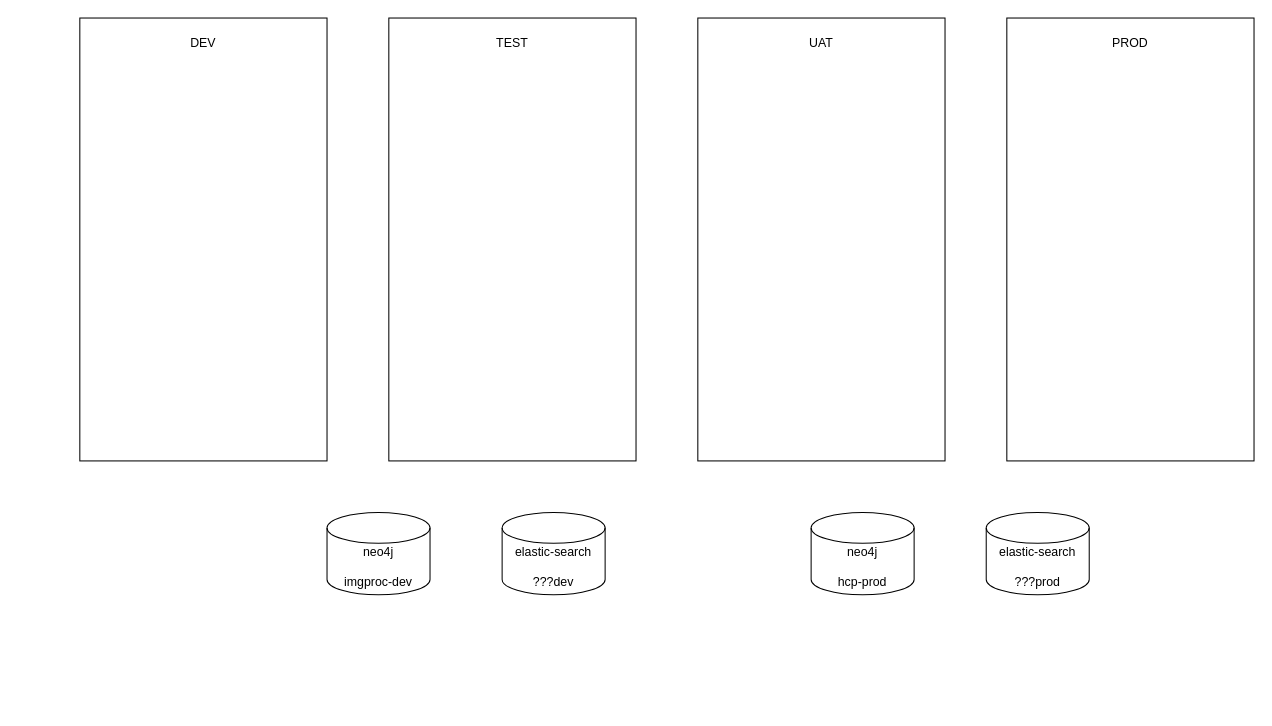
XiaoLiuAI/diagrams keeps this draw.io diagram as 对码/对码部署环境文档.drawio. Above is the earlier version. Source tidied: cells renumbered, new cells numbered last; positions are measured from the earlier drawing's top-left corner, leaving out a move shared by most shapes. Both pictures are drawn from the tidied source at 103%, with x=0, y=0 at pixel (79, 18).
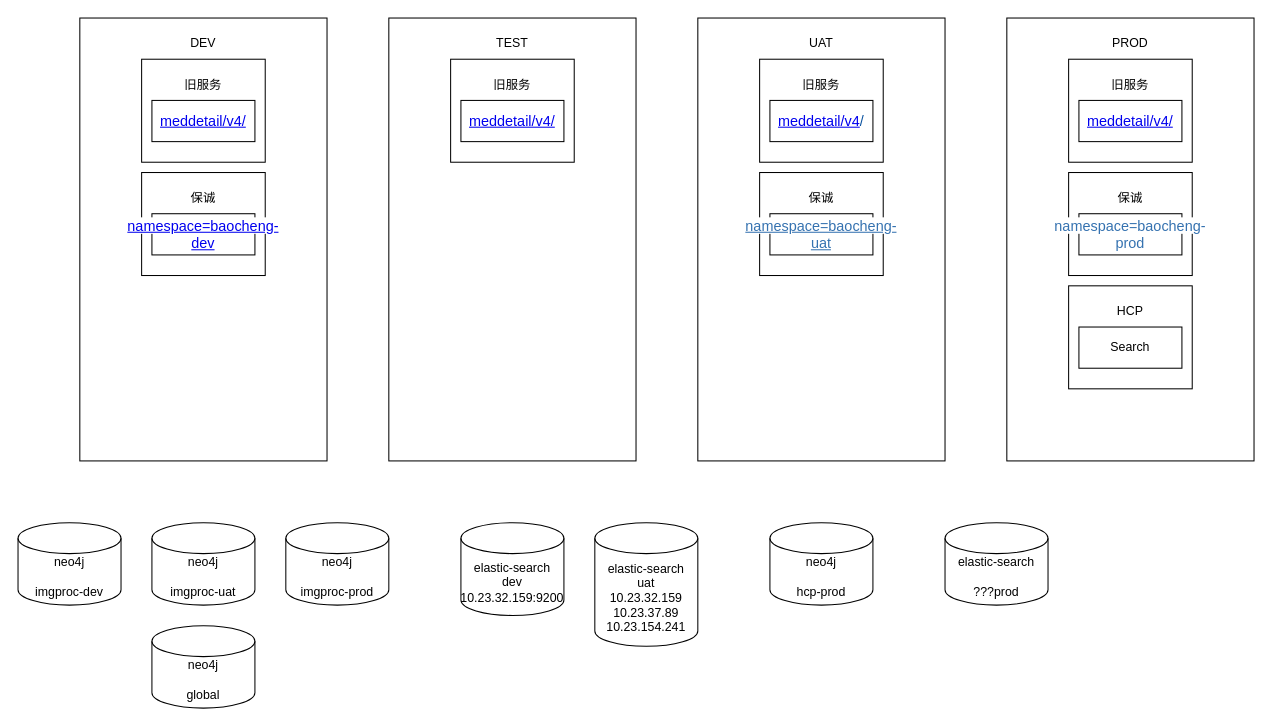
The same page after the edit.

Commit message (it also covers changes not shown here):
更新对码部署环境文档.drawio

Change to the diagram source:
```diff
@@
     <mxCell id="2" value="neo4j&lt;br&gt;&lt;br&gt;imgproc-dev" style="shape=cylinder3;whiteSpace=wrap;html=1;boundedLbl=1;backgroundOutline=1;size=15;" parent="1" vertex="1">
-      <mxGeometry x="240" y="480" width="100" height="80" as="geometry" />
+      <mxGeometry x="-60" y="490" width="100" height="80" as="geometry" />
     </mxCell>
     <mxCell id="3" value="neo4j&lt;br&gt;&lt;br&gt;hcp-prod" style="shape=cylinder3;whiteSpace=wrap;html=1;boundedLbl=1;backgroundOutline=1;size=15;" parent="1" vertex="1">
-      <mxGeometry x="710" y="480" width="100" height="80" as="geometry" />
+      <mxGeometry x="670" y="490" width="100" height="80" as="geometry" />
     </mxCell>
-    <mxCell id="4" value="elastic-search&lt;br&gt;&lt;br&gt;???dev" style="shape=cylinder3;whiteSpace=wrap;html=1;boundedLbl=1;backgroundOutline=1;size=15;" parent="1" vertex="1">
-      <mxGeometry x="410" y="480" width="100" height="80" as="geometry" />
+    <mxCell id="4" value="elastic-search&lt;br&gt;dev&lt;br&gt;10.23.32.159:9200" style="shape=cylinder3;whiteSpace=wrap;html=1;boundedLbl=1;backgroundOutline=1;size=15;" parent="1" vertex="1">
+      <mxGeometry x="370" y="490" width="100" height="90" as="geometry" />
     </mxCell>
     <mxCell id="5" value="elastic-search&lt;br&gt;&lt;br&gt;???prod" style="shape=cylinder3;whiteSpace=wrap;html=1;boundedLbl=1;backgroundOutline=1;size=15;" parent="1" vertex="1">
-      <mxGeometry x="880" y="480" width="100" height="80" as="geometry" />
+      <mxGeometry x="840" y="490" width="100" height="80" as="geometry" />
     </mxCell>
@@
+    <mxCell id="14" style="rounded=0;whiteSpace=wrap;html=1;" parent="1" vertex="1">
+      <mxGeometry x="960" y="260" width="120" height="100" as="geometry" />
+    </mxCell>
+    <mxCell id="15" value="HCP" style="text;html=1;strokeColor=none;fillColor=none;align=center;verticalAlign=middle;whiteSpace=wrap;rounded=0;" parent="1" vertex="1">
+      <mxGeometry x="990" y="270" width="60" height="30" as="geometry" />
+    </mxCell>
+    <mxCell id="16" value="Search" style="rounded=0;whiteSpace=wrap;html=1;" parent="1" vertex="1">
+      <mxGeometry x="970" y="300" width="100" height="40" as="geometry" />
+    </mxCell>
+    <mxCell id="17" value="neo4j&lt;br&gt;&lt;br&gt;imgproc-uat" style="shape=cylinder3;whiteSpace=wrap;html=1;boundedLbl=1;backgroundOutline=1;size=15;" parent="1" vertex="1">
+      <mxGeometry x="70" y="490" width="100" height="80" as="geometry" />
+    </mxCell>
+    <mxCell id="18" value="neo4j&lt;br&gt;&lt;br&gt;imgproc-prod" style="shape=cylinder3;whiteSpace=wrap;html=1;boundedLbl=1;backgroundOutline=1;size=15;" parent="1" vertex="1">
+      <mxGeometry x="200" y="490" width="100" height="80" as="geometry" />
+    </mxCell>
+    <mxCell id="19" value="neo4j&lt;br&gt;&lt;br&gt;global" style="shape=cylinder3;whiteSpace=wrap;html=1;boundedLbl=1;backgroundOutline=1;size=15;" parent="1" vertex="1">
+      <mxGeometry x="70" y="590" width="100" height="80" as="geometry" />
+    </mxCell>
+    <mxCell id="20" value="elastic-search&lt;br&gt;uat&lt;br&gt;10.23.32.159&lt;br&gt;10.23.37.89&lt;br&gt;10.23.154.241" style="shape=cylinder3;whiteSpace=wrap;html=1;boundedLbl=1;backgroundOutline=1;size=15;" parent="1" vertex="1">
+      <mxGeometry x="500" y="490" width="100" height="120" as="geometry" />
+    </mxCell>
+    <mxCell id="21" style="rounded=0;whiteSpace=wrap;html=1;" parent="1" vertex="1">
+      <mxGeometry x="60" y="40" width="120" height="100" as="geometry" />
+    </mxCell>
+    <mxCell id="22" value="旧服务" style="text;html=1;strokeColor=none;fillColor=none;align=center;verticalAlign=middle;whiteSpace=wrap;rounded=0;" parent="1" vertex="1">
+      <mxGeometry x="90" y="50" width="60" height="30" as="geometry" />
+    </mxCell>
+    <mxCell id="23" value="&lt;span style=&quot;text-align: left; color: rgb(10, 82, 159); text-decoration-line: none; font-family: Arial, sans-serif; font-size: 14px; background-color: rgb(255, 255, 255);&quot; class=&quot;s2&quot;&gt;&lt;a href=&quot;https://el-dev.leapstack.cn/meddetail/v4/docs&quot;&gt;meddetail/v4/&lt;/a&gt;&lt;/span&gt;" style="rounded=0;whiteSpace=wrap;html=1;" parent="1" vertex="1">
+      <mxGeometry x="70" y="80" width="100" height="40" as="geometry" />
+    </mxCell>
+    <mxCell id="24" style="rounded=0;whiteSpace=wrap;html=1;" parent="1" vertex="1">
+      <mxGeometry x="360" y="40" width="120" height="100" as="geometry" />
+    </mxCell>
+    <mxCell id="25" value="旧服务" style="text;html=1;strokeColor=none;fillColor=none;align=center;verticalAlign=middle;whiteSpace=wrap;rounded=0;" parent="1" vertex="1">
+      <mxGeometry x="390" y="50" width="60" height="30" as="geometry" />
+    </mxCell>
+    <mxCell id="26" value="&lt;span class=&quot;s2&quot; style=&quot;text-align: left; color: rgb(10, 82, 159); text-decoration-line: none; font-family: Arial, sans-serif; font-size: 14px; background-color: rgb(255, 255, 255);&quot;&gt;&lt;a href=&quot;https://el-dev.leapstack.cn/meddetail/v4/docs&quot;&gt;meddetail/v4/&lt;/a&gt;&lt;/span&gt;" style="rounded=0;whiteSpace=wrap;html=1;" parent="1" vertex="1">
+      <mxGeometry x="370" y="80" width="100" height="40" as="geometry" />
+    </mxCell>
+    <mxCell id="27" style="rounded=0;whiteSpace=wrap;html=1;" parent="1" vertex="1">
+      <mxGeometry x="660" y="40" width="120" height="100" as="geometry" />
+    </mxCell>
+    <mxCell id="28" value="旧服务" style="text;html=1;strokeColor=none;fillColor=none;align=center;verticalAlign=middle;whiteSpace=wrap;rounded=0;" parent="1" vertex="1">
+      <mxGeometry x="690" y="50" width="60" height="30" as="geometry" />
+    </mxCell>
+    <mxCell id="29" value="&lt;span class=&quot;s2&quot; style=&quot;text-align: left; color: rgb(10, 82, 159); text-decoration-line: none; font-family: Arial, sans-serif; font-size: 14px; background-color: rgb(255, 255, 255);&quot;&gt;&lt;a href=&quot;https://el-dev.leapstack.cn/meddetail/v4/docs&quot;&gt;meddetail/v4&lt;/a&gt;/&lt;/span&gt;" style="rounded=0;whiteSpace=wrap;html=1;" parent="1" vertex="1">
+      <mxGeometry x="670" y="80" width="100" height="40" as="geometry" />
+    </mxCell>
+    <mxCell id="30" style="rounded=0;whiteSpace=wrap;html=1;" parent="1" vertex="1">
+      <mxGeometry x="960" y="40" width="120" height="100" as="geometry" />
+    </mxCell>
+    <mxCell id="31" value="旧服务" style="text;html=1;strokeColor=none;fillColor=none;align=center;verticalAlign=middle;whiteSpace=wrap;rounded=0;" parent="1" vertex="1">
+      <mxGeometry x="990" y="50" width="60" height="30" as="geometry" />
+    </mxCell>
+    <mxCell id="32" value="&lt;span class=&quot;s2&quot; style=&quot;text-align: left; color: rgb(10, 82, 159); text-decoration-line: none; font-family: Arial, sans-serif; font-size: 14px; background-color: rgb(255, 255, 255);&quot;&gt;&lt;a href=&quot;data:page/id,wBQlwIpfEwQ50Xts0F6V&quot;&gt;meddetail/v4/&lt;/a&gt;&lt;/span&gt;" style="rounded=0;whiteSpace=wrap;html=1;" parent="1" vertex="1">
+      <mxGeometry x="970" y="80" width="100" height="40" as="geometry" />
+    </mxCell>
+    <mxCell id="33" style="rounded=0;whiteSpace=wrap;html=1;" parent="1" vertex="1">
+      <mxGeometry x="960" y="150" width="120" height="100" as="geometry" />
+    </mxCell>
+    <mxCell id="34" value="保诚" style="text;html=1;strokeColor=none;fillColor=none;align=center;verticalAlign=middle;whiteSpace=wrap;rounded=0;" parent="1" vertex="1">
+      <mxGeometry x="990" y="160" width="60" height="30" as="geometry" />
+    </mxCell>
+    <mxCell id="35" value="&lt;a style=&quot;color: rgb(53, 114, 176); text-decoration-line: none; font-family: Arial, sans-serif; font-size: 14px; text-align: start; background-color: rgb(255, 255, 255);&quot; rel=&quot;nofollow&quot; class=&quot;external-link&quot; href=&quot;http://uc-dashboard.internal.leapstack.cn/#/pod?namespace=baocheng-prod&quot;&gt;namespace=baocheng-prod&lt;/a&gt;" style="rounded=0;whiteSpace=wrap;html=1;" parent="1" vertex="1">
+      <mxGeometry x="970" y="190" width="100" height="40" as="geometry" />
+    </mxCell>
+    <mxCell id="36" style="rounded=0;whiteSpace=wrap;html=1;" parent="1" vertex="1">
+      <mxGeometry x="660" y="150" width="120" height="100" as="geometry" />
+    </mxCell>
+    <mxCell id="37" value="保诚" style="text;html=1;strokeColor=none;fillColor=none;align=center;verticalAlign=middle;whiteSpace=wrap;rounded=0;" parent="1" vertex="1">
+      <mxGeometry x="690" y="160" width="60" height="30" as="geometry" />
+    </mxCell>
+    <mxCell id="38" value="&lt;a style=&quot;color: rgb(53, 114, 176); font-family: Arial, sans-serif; font-size: 14px; text-align: start; background-color: rgb(255, 255, 255);&quot; rel=&quot;nofollow&quot; class=&quot;external-link&quot; href=&quot;http://ci-dashboard.internal.leapstack.cn/#/pod?namespace=baocheng-dev&quot;&gt;namespace=baocheng-uat&lt;/a&gt;" style="rounded=0;whiteSpace=wrap;html=1;" parent="1" vertex="1">
+      <mxGeometry x="670" y="190" width="100" height="40" as="geometry" />
+    </mxCell>
+    <mxCell id="39" style="rounded=0;whiteSpace=wrap;html=1;" parent="1" vertex="1">
+      <mxGeometry x="60" y="150" width="120" height="100" as="geometry" />
+    </mxCell>
+    <mxCell id="40" value="保诚" style="text;html=1;strokeColor=none;fillColor=none;align=center;verticalAlign=middle;whiteSpace=wrap;rounded=0;" parent="1" vertex="1">
+      <mxGeometry x="90" y="160" width="60" height="30" as="geometry" />
+    </mxCell>
+    <mxCell id="41" value="&lt;font face=&quot;Arial, sans-serif&quot; color=&quot;#3572b0&quot;&gt;&lt;span style=&quot;font-size: 14px; text-align: start; background-color: rgb(255, 255, 255);&quot;&gt;&lt;a href=&quot;http://ci-dashboard.internal.leapstack.cn/#/pod?namespace=baocheng-dev&quot;&gt;namespace=baocheng-dev&lt;/a&gt;&lt;/span&gt;&lt;/font&gt;" style="rounded=0;whiteSpace=wrap;html=1;" parent="1" vertex="1">
+      <mxGeometry x="70" y="190" width="100" height="40" as="geometry" />
+    </mxCell>
```
